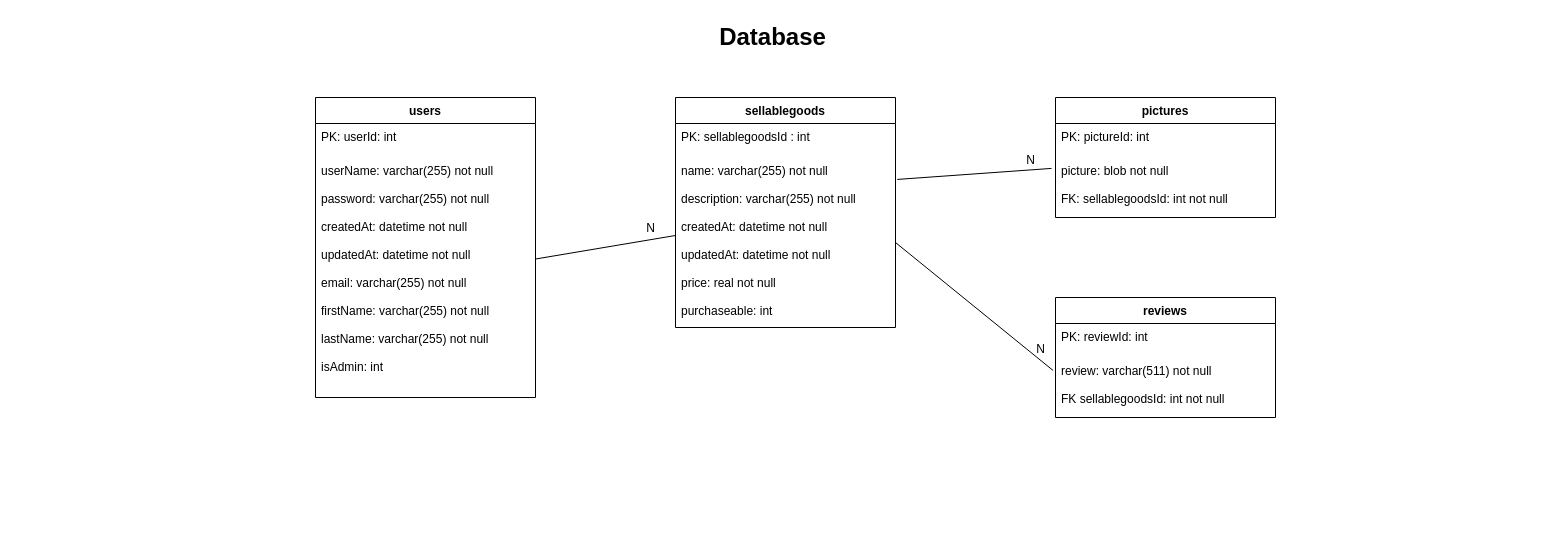
The draw.io diagram documentation/Database.drawio in scg-unibe-ch/ese2020-team5, before the edit. Source tidied: cells renumbered, new cells numbered last; positions are measured from the earlier drawing's top-left corner, leaving out a move shared by most shapes. Both pictures are drawn from the tidied source at 100%, with x=0, y=0 at pixel (17, 17).
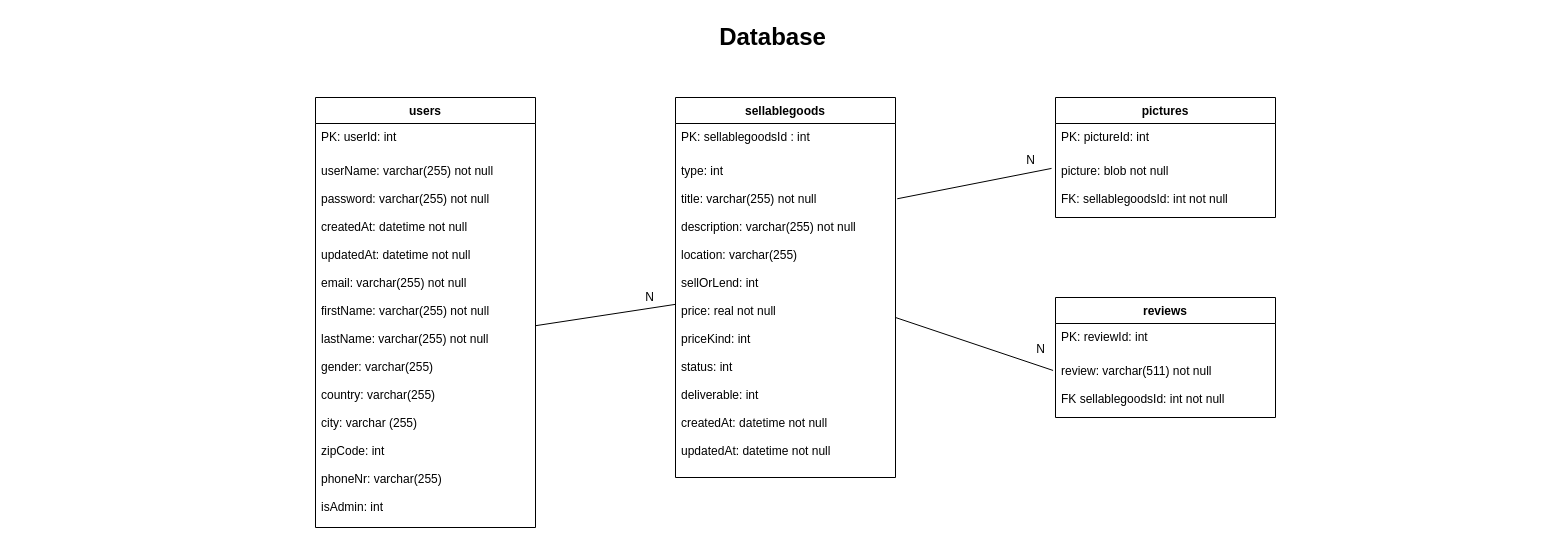
After the change.

Commit message (it also covers changes not shown here):
Updated the database diagram for the optional parameters of the user registration and for the fields required at the sellablegoods

The edit, as a diff of the source:
```diff
@@
     <mxCell id="5" value="sellablegoods" style="swimlane;fontStyle=1;horizontal=1;startSize=26;fillColor=none;" parent="1" vertex="1">
-      <mxGeometry x="658" y="80" width="220" height="230" as="geometry" />
+      <mxGeometry x="658" y="80" width="220" height="380" as="geometry" />
     </mxCell>
@@
-    <mxCell id="7" value="name: varchar(255) not null&#10;&#10;description: varchar(255) not null&#10;&#10;createdAt: datetime not null&#10;&#10;updatedAt: datetime not null&#10;&#10;price: real not null&#10;&#10;purchaseable: int&#10;" style="text;strokeColor=none;fillColor=none;align=left;verticalAlign=top;spacingLeft=4;spacingRight=4;overflow=hidden;points=[[0,0.5],[1,0.5]];portConstraint=eastwest;spacingTop=0;fontSize=12;" parent="5" vertex="1">
-      <mxGeometry y="60" width="220" height="170" as="geometry" />
+    <mxCell id="7" value="type: int&#10;&#10;title: varchar(255) not null&#10;&#10;description: varchar(255) not null&#10;&#10;location: varchar(255)&#10;&#10;sellOrLend: int&#10;&#10;price: real not null&#10;&#10;priceKind: int&#10;&#10;status: int&#10;&#10;deliverable: int&#10;&#10;createdAt: datetime not null&#10;&#10;updatedAt: datetime not null&#10;" style="text;strokeColor=none;fillColor=none;align=left;verticalAlign=top;spacingLeft=4;spacingRight=4;overflow=hidden;points=[[0,0.5],[1,0.5]];portConstraint=eastwest;spacingTop=0;fontSize=12;" parent="5" vertex="1">
+      <mxGeometry y="60" width="220" height="320" as="geometry" />
     </mxCell>
@@
     <mxCell id="18" value="users" style="swimlane;fontStyle=1;horizontal=1;startSize=26;fillColor=none;" parent="1" vertex="1">
-      <mxGeometry x="298" y="80" width="220" height="300" as="geometry" />
+      <mxGeometry x="298" y="80" width="220" height="430" as="geometry" />
     </mxCell>
@@
-    <mxCell id="20" value="userName: varchar(255) not null&#10;&#10;password: varchar(255) not null&#10;&#10;createdAt: datetime not null&#10;&#10;updatedAt: datetime not null&#10;&#10;email: varchar(255) not null&#10;&#10;firstName: varchar(255) not null&#10;&#10;lastName: varchar(255) not null&#10;&#10;isAdmin: int" style="text;strokeColor=none;fillColor=none;align=left;verticalAlign=top;spacingLeft=4;spacingRight=4;overflow=hidden;points=[[0,0.5],[1,0.5]];portConstraint=eastwest;spacingTop=0;fontSize=12;" parent="18" vertex="1">
-      <mxGeometry y="60" width="220" height="240" as="geometry" />
+    <mxCell id="20" value="userName: varchar(255) not null&#10;&#10;password: varchar(255) not null&#10;&#10;createdAt: datetime not null&#10;&#10;updatedAt: datetime not null&#10;&#10;email: varchar(255) not null&#10;&#10;firstName: varchar(255) not null&#10;&#10;lastName: varchar(255) not null&#10;&#10;gender: varchar(255)&#10;&#10;country: varchar(255)&#10;&#10;city: varchar (255)&#10;&#10;zipCode: int&#10;&#10;phoneNr: varchar(255)&#10;&#10;isAdmin: int" style="text;strokeColor=none;fillColor=none;align=left;verticalAlign=top;spacingLeft=4;spacingRight=4;overflow=hidden;points=[[0,0.5],[1,0.5]];portConstraint=eastwest;spacingTop=0;fontSize=12;" parent="18" vertex="1">
+      <mxGeometry y="60" width="220" height="370" as="geometry" />
     </mxCell>
```
